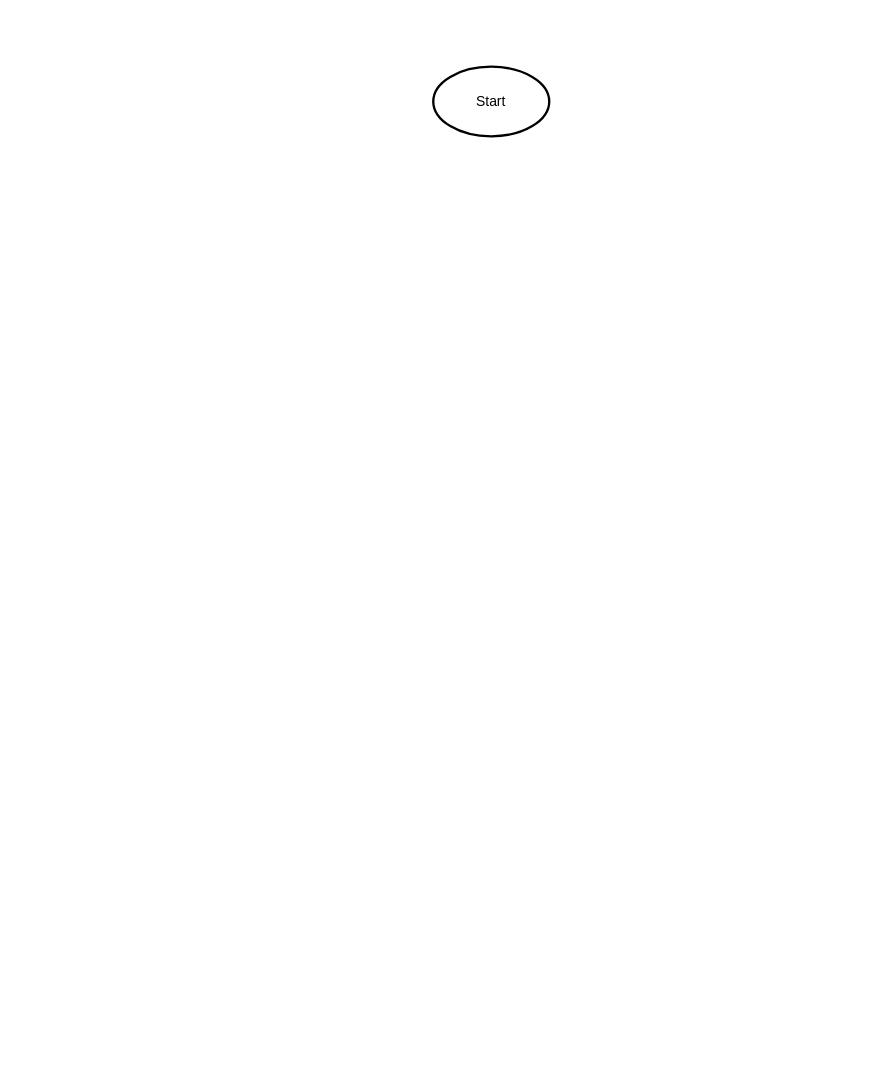
The draw.io diagram page "Inside Flow" (3 of 3) of SFx License Management Tech Design.drawio in xiaowei90113/Design, before the edit. Source tidied: cells renumbered, new cells numbered last; positions are measured from the earlier drawing's top-left corner, leaving out a move shared by most shapes. Both pictures are drawn from the tidied source at 116%, with x=0, y=0 at pixel (433, 66).
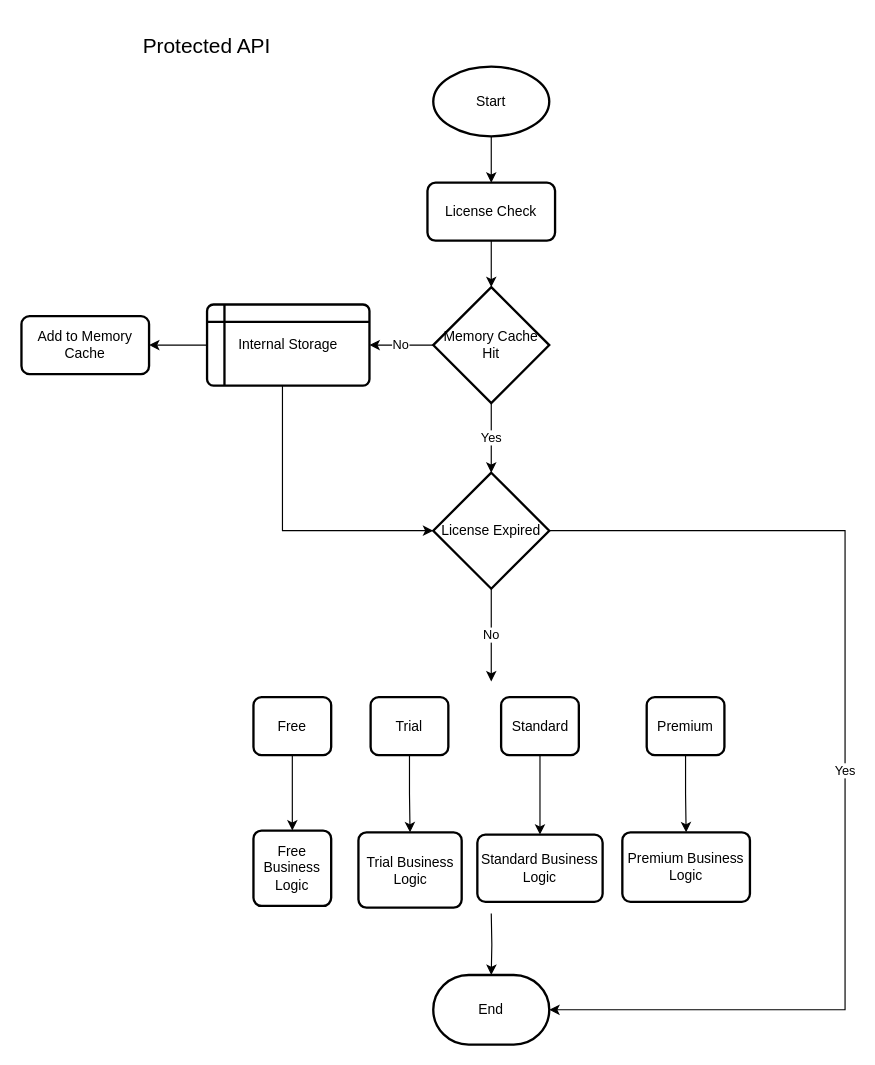
After the change.

Unchanged cells that the change refers to:
```xml
<mxCell id="2" value="Start" style="strokeWidth=2;html=1;shape=mxgraph.flowchart.start_1;whiteSpace=wrap;" parent="1" vertex="1">
  <mxGeometry width="100" height="60" as="geometry" />
</mxCell>
```

The edit, as a diff of the source:
```diff
@@
+    <mxCell id="3" style="edgeStyle=orthogonalEdgeStyle;rounded=0;jettySize=auto;html=1;" parent="1" edge="1" source="2" target="6">
+      <mxGeometry relative="1" as="geometry" />
+    </mxCell>
@@
+    <mxCell id="4" value="&lt;font style=&quot;font-size: 18px&quot;&gt;Protected API&lt;br&gt;&lt;/font&gt;&lt;br&gt;" style="text;html=1;strokeColor=none;fillColor=none;align=center;verticalAlign=middle;whiteSpace=wrap;rounded=0;" parent="1" vertex="1">
+      <mxGeometry x="-295" y="-40" width="200" height="60" as="geometry" />
+    </mxCell>
+    <mxCell id="5" style="edgeStyle=orthogonalEdgeStyle;rounded=0;jettySize=auto;html=1;" parent="1" edge="1" source="6">
+      <mxGeometry relative="1" as="geometry">
+        <mxPoint x="50" y="190" as="targetPoint" />
+      </mxGeometry>
+    </mxCell>
+    <mxCell id="6" value="License Check" style="rounded=1;whiteSpace=wrap;html=1;absoluteArcSize=1;arcSize=14;strokeWidth=2;" parent="1" vertex="1">
+      <mxGeometry x="-5" y="100" width="110" height="50" as="geometry" />
+    </mxCell>
+    <mxCell id="7" value="Yes" style="edgeStyle=orthogonalEdgeStyle;rounded=0;jettySize=auto;html=1;" parent="1" edge="1" source="9" target="12">
+      <mxGeometry relative="1" as="geometry" />
+    </mxCell>
+    <mxCell id="8" value="No" style="edgeStyle=orthogonalEdgeStyle;rounded=0;jettySize=auto;html=1;entryX=1;entryY=0.5;entryDx=0;entryDy=0;" parent="1" edge="1" source="9" target="15">
+      <mxGeometry relative="1" as="geometry" />
+    </mxCell>
+    <mxCell id="9" value="Memory Cache Hit" style="strokeWidth=2;html=1;shape=mxgraph.flowchart.decision;whiteSpace=wrap;" parent="1" vertex="1">
+      <mxGeometry y="190" width="100" height="100" as="geometry" />
+    </mxCell>
+    <mxCell id="10" value="No" style="edgeStyle=orthogonalEdgeStyle;rounded=0;jettySize=auto;html=1;" parent="1" edge="1" source="12">
+      <mxGeometry relative="1" as="geometry">
+        <mxPoint x="50" y="530" as="targetPoint" />
+      </mxGeometry>
+    </mxCell>
+    <mxCell id="11" value="Yes" style="edgeStyle=orthogonalEdgeStyle;rounded=0;jettySize=auto;html=1;entryX=1;entryY=0.5;entryDx=0;entryDy=0;entryPerimeter=0;" parent="1" edge="1" source="12" target="30">
+      <mxGeometry relative="1" as="geometry">
+        <Array as="points">
+          <mxPoint x="355" y="400" />
+          <mxPoint x="355" y="813" />
+        </Array>
+      </mxGeometry>
+    </mxCell>
+    <mxCell id="12" value="License Expired" style="strokeWidth=2;html=1;shape=mxgraph.flowchart.decision;whiteSpace=wrap;" parent="1" vertex="1">
+      <mxGeometry y="350" width="100" height="100" as="geometry" />
+    </mxCell>
+    <mxCell id="13" style="edgeStyle=orthogonalEdgeStyle;rounded=0;jettySize=auto;html=1;entryX=0;entryY=0.5;entryDx=0;entryDy=0;entryPerimeter=0;" parent="1" edge="1" source="15" target="12">
+      <mxGeometry relative="1" as="geometry">
+        <Array as="points">
+          <mxPoint x="-130" y="400" />
+        </Array>
+      </mxGeometry>
+    </mxCell>
+    <mxCell id="14" style="edgeStyle=orthogonalEdgeStyle;rounded=0;jettySize=auto;html=1;entryX=1;entryY=0.5;entryDx=0;entryDy=0;" parent="1" edge="1" source="15" target="16">
+      <mxGeometry relative="1" as="geometry" />
+    </mxCell>
+    <mxCell id="15" value="Internal Storage" style="shape=internalStorage;whiteSpace=wrap;html=1;dx=15;dy=15;rounded=1;arcSize=8;strokeWidth=2;" parent="1" vertex="1">
+      <mxGeometry x="-195" y="205" width="140" height="70" as="geometry" />
+    </mxCell>
+    <mxCell id="16" value="Add to Memory Cache" style="rounded=1;whiteSpace=wrap;html=1;absoluteArcSize=1;arcSize=14;strokeWidth=2;" parent="1" vertex="1">
+      <mxGeometry x="-355" y="215" width="110" height="50" as="geometry" />
+    </mxCell>
+    <mxCell id="17" style="edgeStyle=orthogonalEdgeStyle;rounded=0;jettySize=auto;html=1;" parent="1" edge="1" source="18" target="19">
+      <mxGeometry relative="1" as="geometry" />
+    </mxCell>
+    <mxCell id="18" value="Premium" style="rounded=1;whiteSpace=wrap;html=1;absoluteArcSize=1;arcSize=14;strokeWidth=2;" parent="1" vertex="1">
+      <mxGeometry x="184" y="543.5" width="67" height="50" as="geometry" />
+    </mxCell>
+    <mxCell id="19" value="Premium&amp;nbsp;Business Logic" style="rounded=1;whiteSpace=wrap;html=1;absoluteArcSize=1;arcSize=14;strokeWidth=2;" parent="1" vertex="1">
+      <mxGeometry x="163" y="660" width="110" height="60" as="geometry" />
+    </mxCell>
+    <mxCell id="20" style="edgeStyle=orthogonalEdgeStyle;rounded=0;jettySize=auto;html=1;" parent="1" edge="1" source="21" target="23">
+      <mxGeometry relative="1" as="geometry" />
+    </mxCell>
+    <mxCell id="21" value="Standard" style="rounded=1;whiteSpace=wrap;html=1;absoluteArcSize=1;arcSize=14;strokeWidth=2;" parent="1" vertex="1">
+      <mxGeometry x="58.5" y="543.5" width="67" height="50" as="geometry" />
+    </mxCell>
+    <mxCell id="22" style="edgeStyle=orthogonalEdgeStyle;rounded=0;jettySize=auto;html=1;" parent="1" edge="1" target="30">
+      <mxGeometry relative="1" as="geometry">
+        <mxPoint x="50" y="730" as="sourcePoint" />
+      </mxGeometry>
+    </mxCell>
+    <mxCell id="23" value="Standard&amp;nbsp;Business Logic" style="rounded=1;whiteSpace=wrap;html=1;absoluteArcSize=1;arcSize=14;strokeWidth=2;" parent="1" vertex="1">
+      <mxGeometry x="38" y="662" width="108" height="58" as="geometry" />
+    </mxCell>
+    <mxCell id="24" style="edgeStyle=orthogonalEdgeStyle;rounded=0;jettySize=auto;html=1;entryX=0.5;entryY=0;entryDx=0;entryDy=0;" parent="1" edge="1" source="25" target="29">
+      <mxGeometry relative="1" as="geometry" />
+    </mxCell>
+    <mxCell id="25" value="Trial" style="rounded=1;whiteSpace=wrap;html=1;absoluteArcSize=1;arcSize=14;strokeWidth=2;" parent="1" vertex="1">
+      <mxGeometry x="-54" y="543.5" width="67" height="50" as="geometry" />
+    </mxCell>
+    <mxCell id="26" style="edgeStyle=orthogonalEdgeStyle;rounded=0;jettySize=auto;html=1;" parent="1" edge="1" source="27" target="28">
+      <mxGeometry relative="1" as="geometry" />
+    </mxCell>
+    <mxCell id="27" value="Free" style="rounded=1;whiteSpace=wrap;html=1;absoluteArcSize=1;arcSize=14;strokeWidth=2;" parent="1" vertex="1">
+      <mxGeometry x="-155" y="543.5" width="67" height="50" as="geometry" />
+    </mxCell>
+    <mxCell id="28" value="Free Business Logic" style="rounded=1;whiteSpace=wrap;html=1;absoluteArcSize=1;arcSize=14;strokeWidth=2;" parent="1" vertex="1">
+      <mxGeometry x="-155" y="658.5" width="67" height="65" as="geometry" />
+    </mxCell>
+    <mxCell id="29" value="Trial&amp;nbsp;Business Logic" style="rounded=1;whiteSpace=wrap;html=1;absoluteArcSize=1;arcSize=14;strokeWidth=2;" parent="1" vertex="1">
+      <mxGeometry x="-64.5" y="660" width="89" height="65" as="geometry" />
+    </mxCell>
+    <mxCell id="30" value="End" style="strokeWidth=2;html=1;shape=mxgraph.flowchart.terminator;whiteSpace=wrap;" parent="1" vertex="1">
+      <mxGeometry y="783" width="100" height="60" as="geometry" />
+    </mxCell>
```
